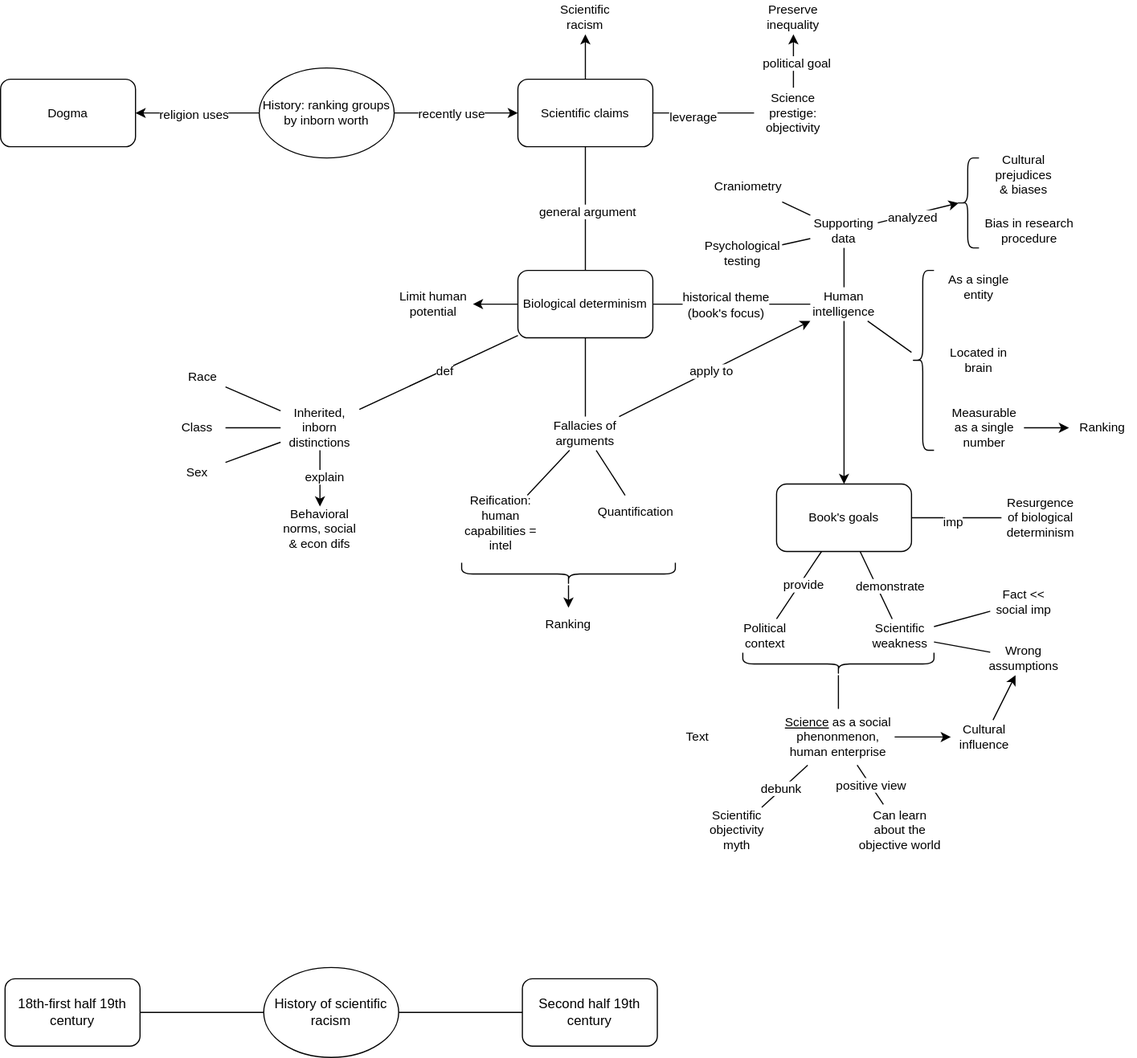
hungcq/knowledge-repo keeps this draw.io diagram as history/resources/the-mismeasure-of-man.drawio.svg. Above is the earlier version. Source tidied: cells renumbered, new cells last; positions are measured from the earlier drawing's top-left corner, leaving out a move shared by most shapes.
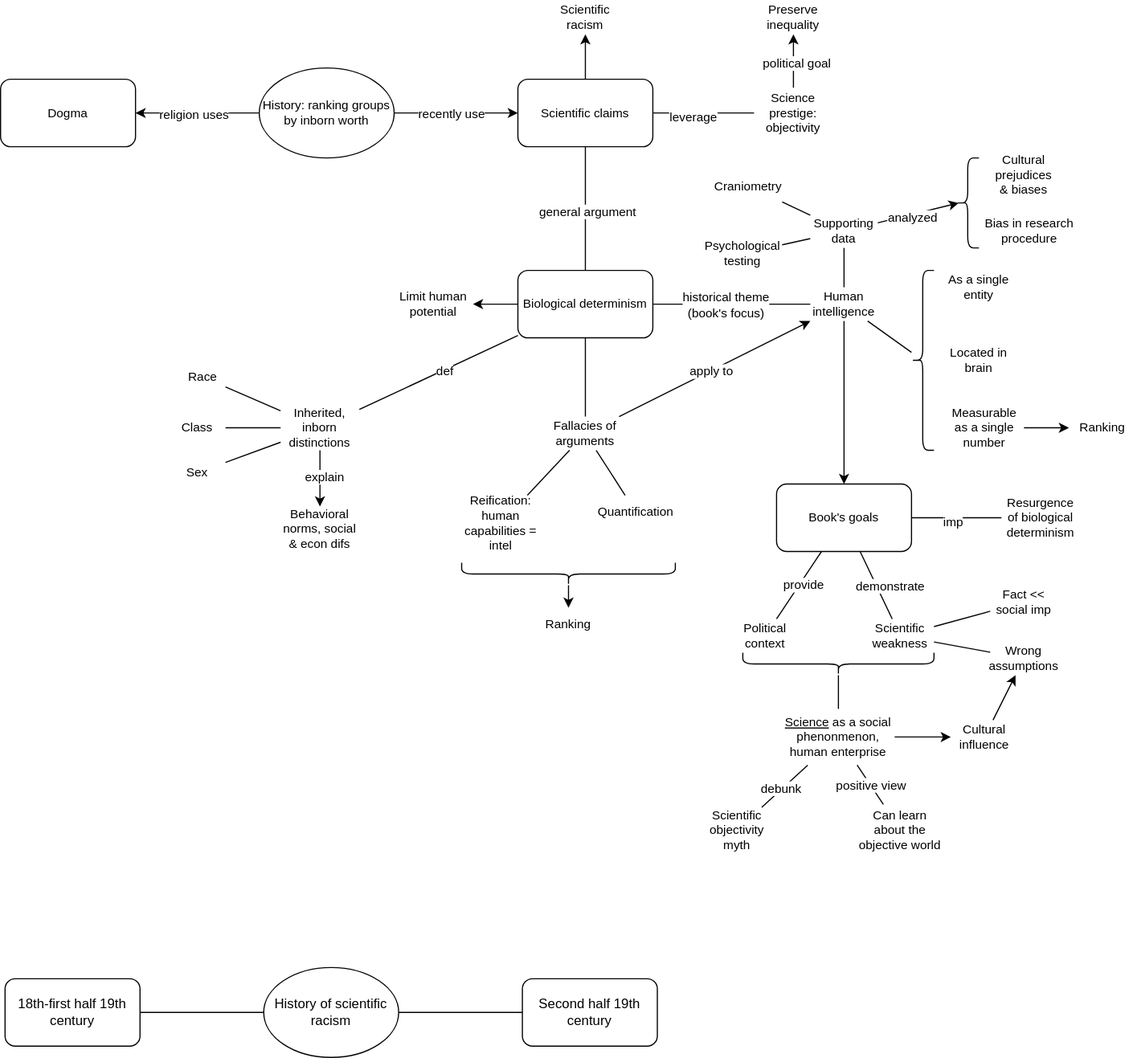
After the commit.

What changed in the source:
```diff
@@ -281,9 +281,6 @@
     <mxCell id="92" value="Cultural influence" style="text;html=1;strokeColor=none;fillColor=none;align=center;verticalAlign=middle;whiteSpace=wrap;rounded=0;fontSize=11;fontFamily=Helvetica;fontColor=default;" parent="1" vertex="1">
       <mxGeometry x="845" y="640" width="60" height="30" as="geometry" />
     </mxCell>
-    <mxCell id="93" value="Text" style="text;html=1;strokeColor=none;fillColor=none;align=center;verticalAlign=middle;whiteSpace=wrap;rounded=0;fontSize=11;fontFamily=Helvetica;fontColor=default;" parent="1" vertex="1">
-      <mxGeometry x="590" y="640" width="60" height="30" as="geometry" />
-    </mxCell>
     <mxCell id="94" value="Can learn about the objective world" style="text;html=1;strokeColor=none;fillColor=none;align=center;verticalAlign=middle;whiteSpace=wrap;rounded=0;fontSize=11;fontFamily=Helvetica;fontColor=default;" parent="1" vertex="1">
       <mxGeometry x="760" y="715" width="80" height="45" as="geometry" />
     </mxCell>
```
